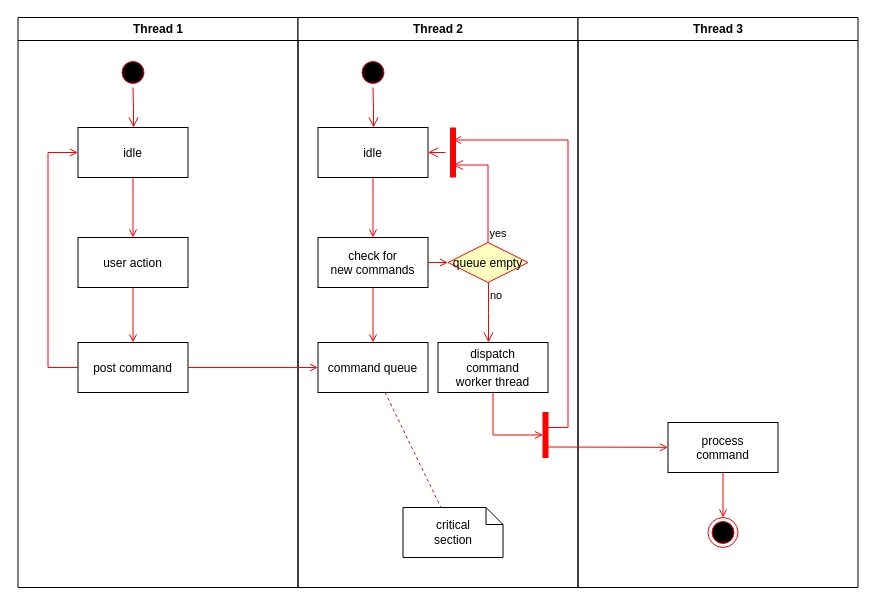
wangkris03/draw.io keeps this draw.io diagram as 未命名绘图.drawio. Above is the earlier version. Source tidied: cells renumbered, new cells numbered last; positions are measured from the earlier drawing's top-left corner, leaving out a move shared by most shapes. Both pictures are drawn from the tidied source at 100%, with x=0, y=0 at pixel (17, 17).
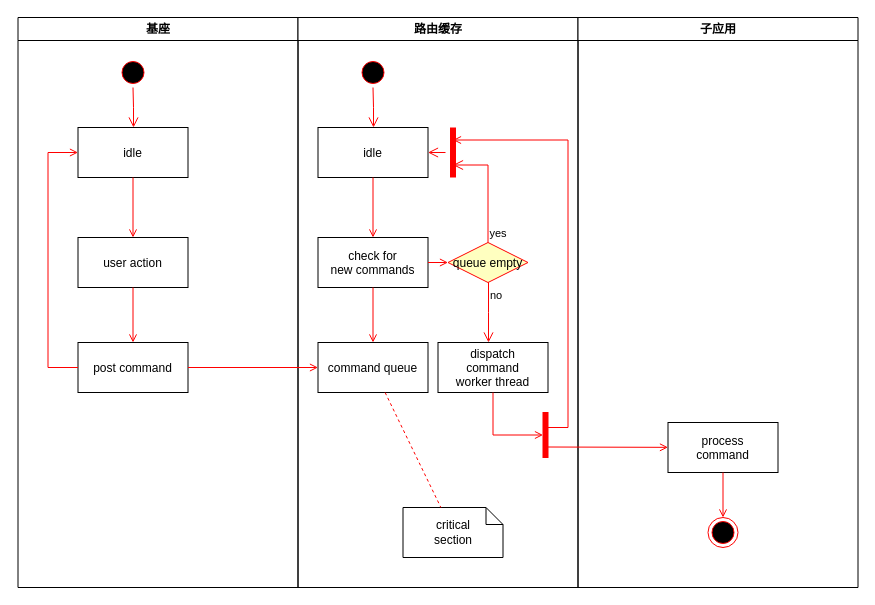
The same diagram, later.

Commit message:
更新未命名绘图.drawio

The edit, as a diff of the source:
```diff
@@
-    <mxCell id="2" value="Thread 1" style="swimlane;whiteSpace=wrap;" parent="1" vertex="1">
+    <mxCell id="2" value="基座" style="swimlane;whiteSpace=wrap;" parent="1" vertex="1">
       <mxGeometry x="0.5" width="280" height="570" as="geometry" />
     </mxCell>
@@
-    <mxCell id="11" value="Thread 2" style="swimlane;whiteSpace=wrap;" parent="1" vertex="1">
+    <mxCell id="11" value="路由缓存" style="swimlane;whiteSpace=wrap;" parent="1" vertex="1">
       <mxGeometry x="280.5" width="280" height="570" as="geometry" />
     </mxCell>
@@
-    <mxCell id="30" value="Thread 3" style="swimlane;whiteSpace=wrap;" parent="1" vertex="1">
+    <mxCell id="30" value="子应用" style="swimlane;whiteSpace=wrap;" parent="1" vertex="1">
       <mxGeometry x="560.5" width="280" height="570" as="geometry" />
     </mxCell>
```
